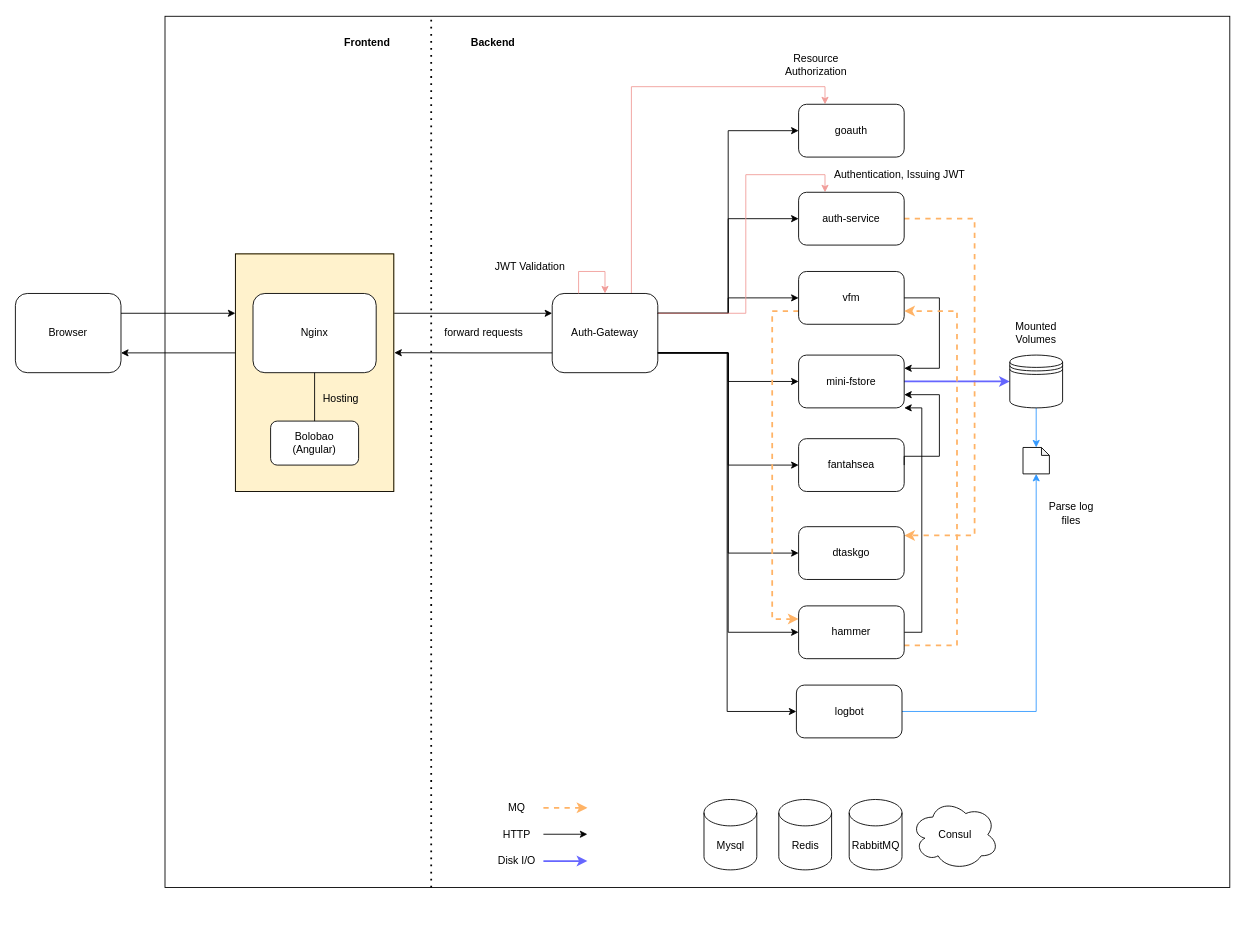
Above: system-overview.drawio in CurtisNewbie/system-overview (draw.io), before the change. Source tidied: cells renumbered, new cells numbered last; positions are measured from the earlier drawing's top-left corner, leaving out a move shared by most shapes. Both pictures are drawn from the tidied source at 88%, with x=0, y=0 at pixel (15, 16).
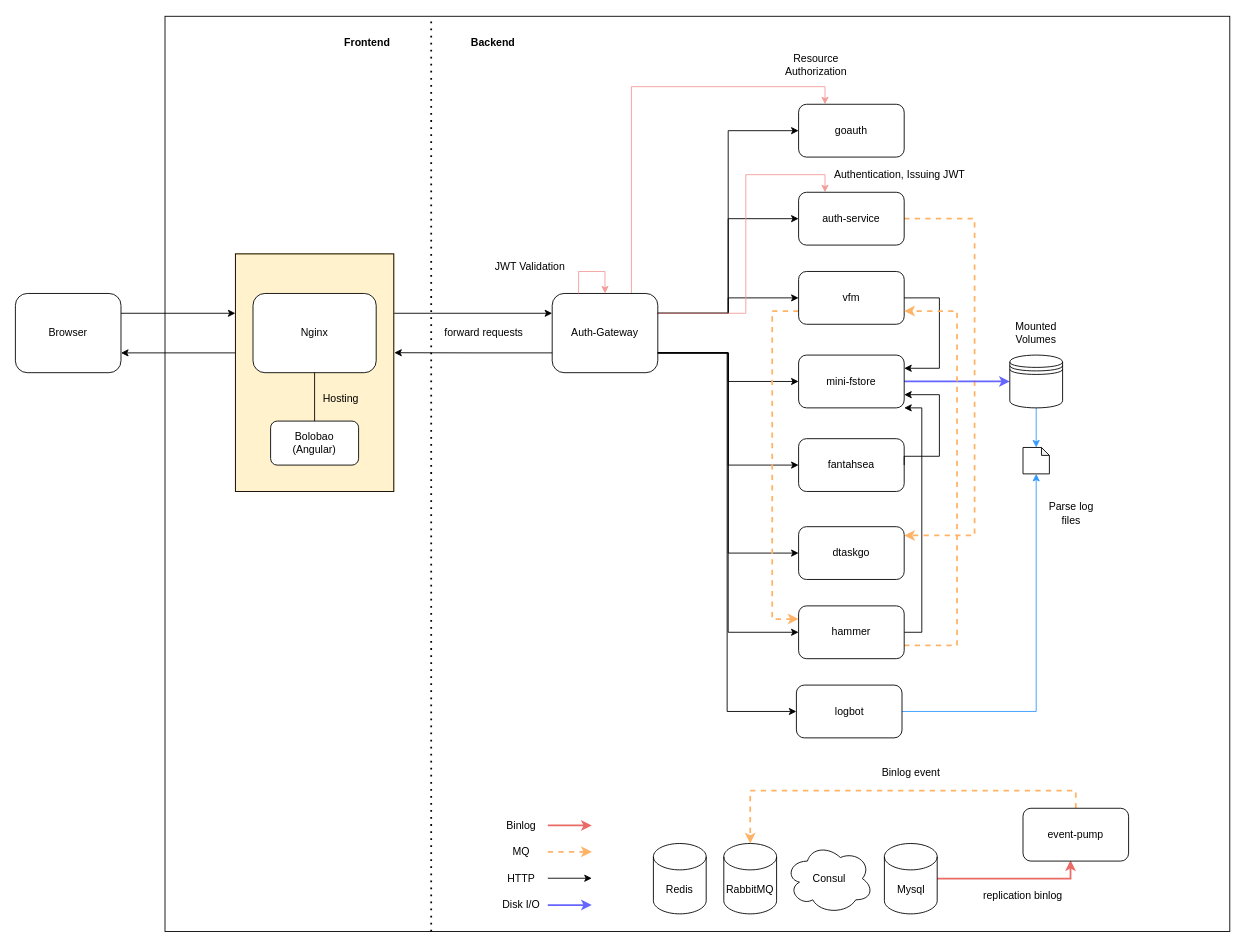
After the change.

The edit, as a diff of the source:
```diff
@@
     <mxCell id="2" style="rounded=0;whiteSpace=wrap;html=1;fillColor=none;" parent="1" vertex="1">
-      <mxGeometry x="170" width="1210" height="990" as="geometry" />
+      <mxGeometry x="170" width="1210" height="1040" as="geometry" />
     </mxCell>
@@
+    <mxCell id="64" style="edgeStyle=orthogonalEdgeStyle;rounded=0;jettySize=auto;html=1;exitX=1;exitY=0.5;exitDx=0;exitDy=0;exitPerimeter=0;entryX=0.45;entryY=0.983;entryDx=0;entryDy=0;entryPerimeter=0;strokeColor=#EA6B66;strokeWidth=2;" parent="1" edge="1" source="30" target="66">
+      <mxGeometry relative="1" as="geometry" />
+    </mxCell>
     <mxCell id="30" value="Mysql" style="shape=cylinder3;whiteSpace=wrap;html=1;boundedLbl=1;backgroundOutline=1;size=15;fillColor=none;" parent="1" vertex="1">
-      <mxGeometry x="782.5" y="890" width="60" height="80" as="geometry" />
+      <mxGeometry x="987.5" y="940" width="60" height="80" as="geometry" />
     </mxCell>
     <mxCell id="31" value="Redis" style="shape=cylinder3;whiteSpace=wrap;html=1;boundedLbl=1;backgroundOutline=1;size=15;fillColor=none;" parent="1" vertex="1">
-      <mxGeometry x="867.5" y="890" width="60" height="80" as="geometry" />
+      <mxGeometry x="725" y="940" width="60" height="80" as="geometry" />
     </mxCell>
@@
     <mxCell id="38" value="RabbitMQ" style="shape=cylinder3;whiteSpace=wrap;html=1;boundedLbl=1;backgroundOutline=1;size=15;fillColor=none;" parent="1" vertex="1">
-      <mxGeometry x="947.5" y="890" width="60" height="80" as="geometry" />
+      <mxGeometry x="805" y="940" width="60" height="80" as="geometry" />
     </mxCell>
     <mxCell id="39" value="&lt;span&gt;Consul&lt;/span&gt;" style="ellipse;shape=cloud;whiteSpace=wrap;html=1;fillColor=none;" parent="1" vertex="1">
-      <mxGeometry x="1017.5" y="890" width="100" height="80" as="geometry" />
+      <mxGeometry x="875" y="940" width="100" height="80" as="geometry" />
     </mxCell>
@@
     <mxCell id="48" style="endArrow=classic;html=1;dashed=1;strokeColor=#FFB366;strokeWidth=2;" parent="1" edge="1">
       <mxGeometry relative="1" as="geometry">
-        <mxPoint x="600" y="899.5" as="sourcePoint" />
-        <mxPoint x="650" y="899.5" as="targetPoint" />
+        <mxPoint x="605" y="949.5" as="sourcePoint" />
+        <mxPoint x="655" y="949.5" as="targetPoint" />
       </mxGeometry>
     </mxCell>
     <mxCell id="49" value="MQ" style="text;html=1;strokeColor=none;fillColor=none;align=center;verticalAlign=middle;whiteSpace=wrap;rounded=0;" parent="1" vertex="1">
-      <mxGeometry x="550" y="890" width="40" height="20" as="geometry" />
+      <mxGeometry x="555" y="940" width="40" height="20" as="geometry" />
     </mxCell>
     <mxCell id="50" style="endArrow=classic;html=1;strokeWidth=1;" parent="1" edge="1">
       <mxGeometry relative="1" as="geometry">
-        <mxPoint x="600" y="929.5" as="sourcePoint" />
-        <mxPoint x="650" y="929.5" as="targetPoint" />
+        <mxPoint x="605" y="979.5" as="sourcePoint" />
+        <mxPoint x="655" y="979.5" as="targetPoint" />
       </mxGeometry>
     </mxCell>
     <mxCell id="51" value="HTTP" style="text;html=1;strokeColor=none;fillColor=none;align=center;verticalAlign=middle;whiteSpace=wrap;rounded=0;" parent="1" vertex="1">
-      <mxGeometry x="550" y="920" width="40" height="20" as="geometry" />
+      <mxGeometry x="555" y="970" width="40" height="20" as="geometry" />
     </mxCell>
     <mxCell id="52" style="endArrow=classic;html=1;strokeWidth=2;strokeColor=#6666FF;" parent="1" edge="1">
       <mxGeometry relative="1" as="geometry">
-        <mxPoint x="600" y="960" as="sourcePoint" />
-        <mxPoint x="650" y="960" as="targetPoint" />
+        <mxPoint x="605" y="1010" as="sourcePoint" />
+        <mxPoint x="655" y="1010" as="targetPoint" />
       </mxGeometry>
     </mxCell>
     <mxCell id="53" value="Disk I/O" style="text;html=1;strokeColor=none;fillColor=none;align=center;verticalAlign=middle;whiteSpace=wrap;rounded=0;" parent="1" vertex="1">
-      <mxGeometry x="545" y="950" width="50" height="20" as="geometry" />
+      <mxGeometry x="550" y="1000" width="50" height="20" as="geometry" />
     </mxCell>
@@
+    <mxCell id="65" style="edgeStyle=orthogonalEdgeStyle;rounded=0;jettySize=auto;html=1;exitX=0.5;exitY=0;exitDx=0;exitDy=0;entryX=0.5;entryY=0;entryDx=0;entryDy=0;entryPerimeter=0;strokeWidth=2;strokeColor=#FFB366;dashed=1;" parent="1" edge="1" source="66" target="38">
+      <mxGeometry relative="1" as="geometry" />
+    </mxCell>
+    <mxCell id="66" value="event-pump" style="rounded=1;whiteSpace=wrap;html=1;" parent="1" vertex="1">
+      <mxGeometry x="1145" y="900" width="120" height="60" as="geometry" />
+    </mxCell>
+    <mxCell id="67" value="replication binlog" style="text;html=1;strokeColor=none;fillColor=none;align=center;verticalAlign=middle;whiteSpace=wrap;rounded=0;" parent="1" vertex="1">
+      <mxGeometry x="1075" y="990" width="140" height="20" as="geometry" />
+    </mxCell>
+    <mxCell id="68" value="Binlog event" style="text;html=1;strokeColor=none;fillColor=none;align=center;verticalAlign=middle;whiteSpace=wrap;rounded=0;" parent="1" vertex="1">
+      <mxGeometry x="952.5" y="850" width="130" height="20" as="geometry" />
+    </mxCell>
+    <mxCell id="69" style="endArrow=classic;html=1;strokeWidth=2;strokeColor=#EA6B66;" parent="1" edge="1">
+      <mxGeometry relative="1" as="geometry">
+        <mxPoint x="605" y="919.5" as="sourcePoint" />
+        <mxPoint x="655" y="919.5" as="targetPoint" />
+      </mxGeometry>
+    </mxCell>
+    <mxCell id="70" value="Binlog" style="text;html=1;strokeColor=none;fillColor=none;align=center;verticalAlign=middle;whiteSpace=wrap;rounded=0;" parent="1" vertex="1">
+      <mxGeometry x="555" y="910" width="40" height="20" as="geometry" />
+    </mxCell>
```
